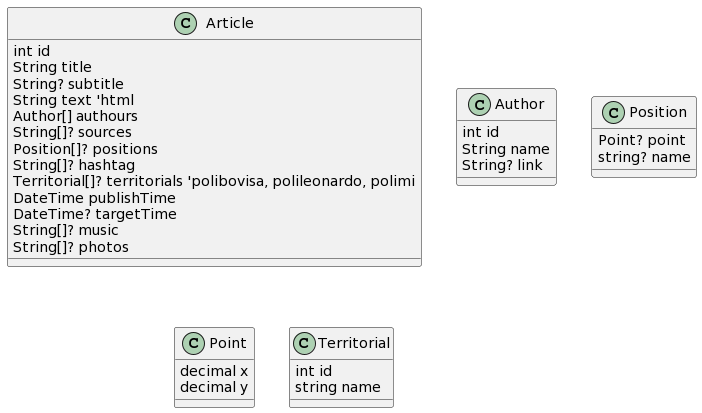
Before: other/docs/articles/articles.png, a diagram exported from PlantUML (PoliNetworkOrg/PoliFemo).
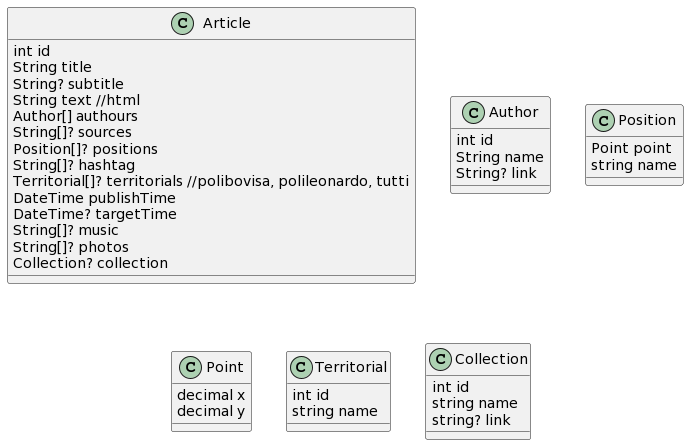
The same diagram one commit later.

What changed in the source:
```diff
@@ -1,20 +1,19 @@
 @startuml
-
-
 class Article {
   int id
   String title
   String? subtitle
-  String text 'html
+  String text //html
   Author[] authours
   String[]? sources
   Position[]? positions
   String[]? hashtag
-  Territorial[]? territorials 'polibovisa, polileonardo, polimi
+  Territorial[]? territorials //polibovisa, polileonardo, tutti
   DateTime publishTime
   DateTime? targetTime
   String[]? music
   String[]? photos
+  Collection? collection
 }
 
 class Author {
@@ -24,8 +23,8 @@
 }
 
 class Position {
-   Point? point
-   string? name
+   Point point
+   string name
 }
 
 class Point {
@@ -37,4 +36,10 @@
    int id
    string name
 }
+
+class Collection {
+	int id
+	string name
+	string? link
+}
 @enduml
```
